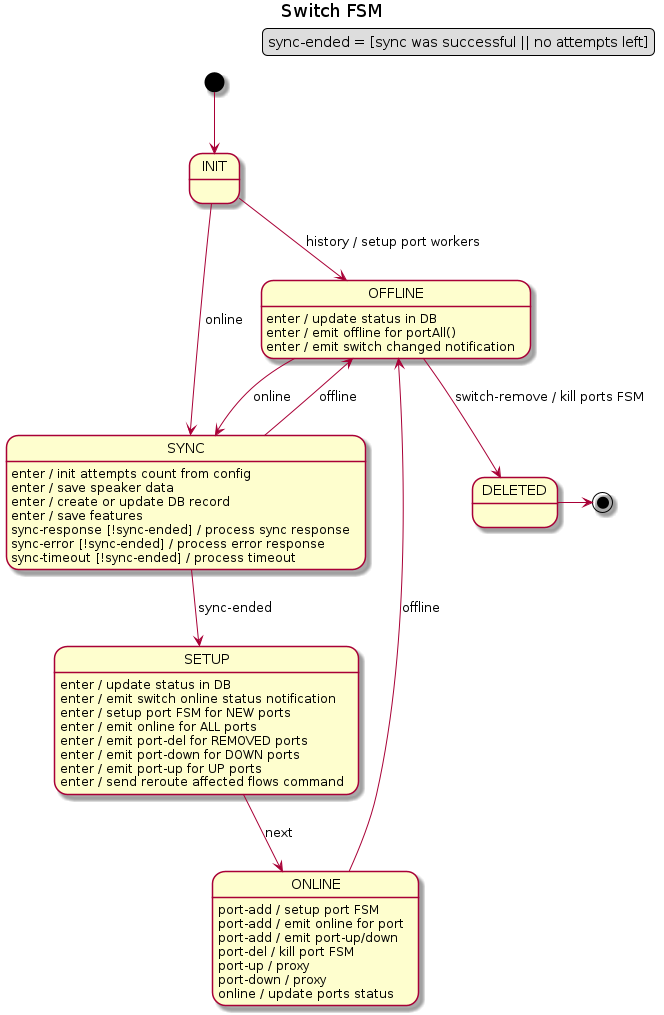
Before: docs/design/network-discovery/switch-FSM.png, a diagram exported from PlantUML (telstra/Kilda). Source of this version:
```plantuml
@startuml
title Switch FSM

legend top right
    sync-ended = [sync was successful || no attempts left]
endlegend

[*] --> INIT

INIT --> OFFLINE : history / setup port workers
INIT --> SYNC : online

SYNC : enter / init attempts count from config
SYNC : enter / save speaker data
SYNC : enter / create or update DB record
SYNC : enter / save features
SYNC : sync-response [!sync-ended] / process sync response
SYNC : sync-error [!sync-ended] / process error response
SYNC : sync-timeout [!sync-ended] / process timeout
SYNC --> SETUP : sync-ended
SYNC --> OFFLINE : offline

SETUP : enter / update status in DB
SETUP : enter / emit switch online status notification
SETUP : enter / setup port FSM for NEW ports
SETUP : enter / emit online for ALL ports
SETUP : enter / emit port-del for REMOVED ports
SETUP : enter / emit port-down for DOWN ports
SETUP : enter / emit port-up for UP ports
SETUP : enter / send reroute affected flows command
SETUP --> ONLINE : next

ONLINE : port-add / setup port FSM
ONLINE : port-add / emit online for port
ONLINE : port-add / emit port-up/down
ONLINE : port-del / kill port FSM
ONLINE : port-up / proxy
ONLINE : port-down / proxy
ONLINE : online / update ports status
ONLINE --> OFFLINE : offline

OFFLINE : enter / update status in DB
OFFLINE : enter / emit offline for portAll()
OFFLINE : enter / emit switch changed notification
OFFLINE --> SYNC : online
OFFLINE --> DELETED: switch-remove / kill ports FSM
DELETED -> [*]

@enduml
```
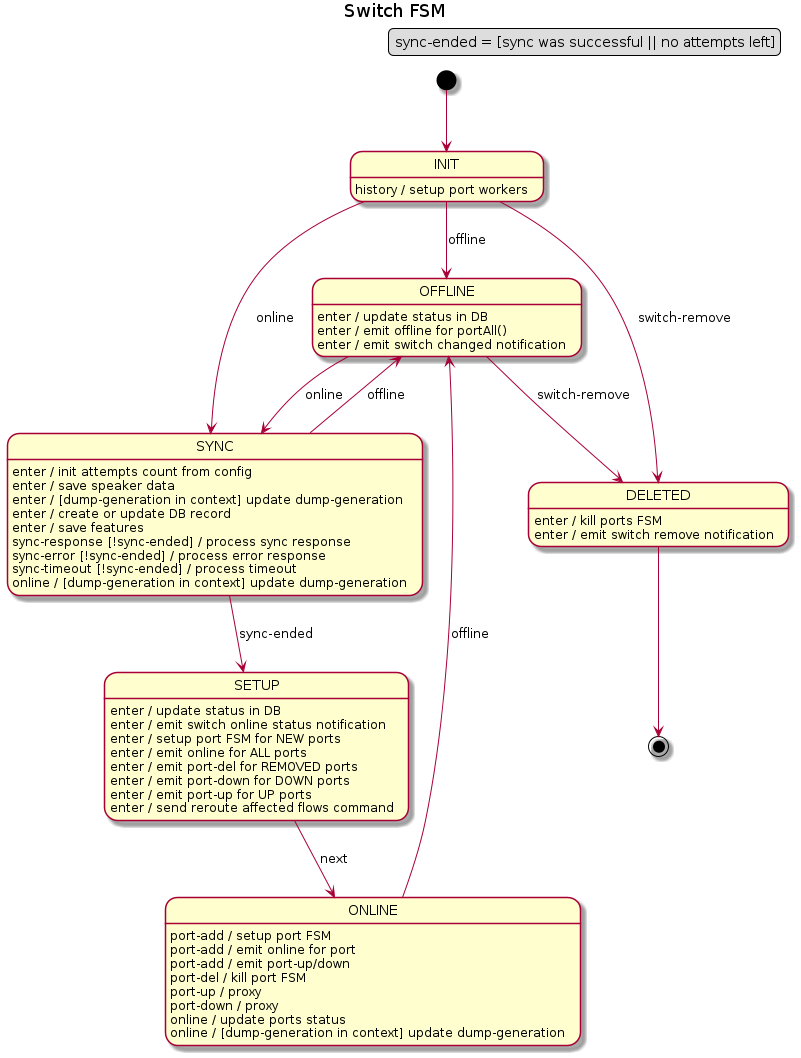
The same file after the commit.

Change to the diagram source:
```diff
@@ -7,16 +7,20 @@
 
 [*] --> INIT
 
-INIT --> OFFLINE : history / setup port workers
+INIT : history / setup port workers
+INIT --> OFFLINE : offline
 INIT --> SYNC : online
+INIT --> DELETED : switch-remove
 
 SYNC : enter / init attempts count from config
 SYNC : enter / save speaker data
+SYNC : enter / [dump-generation in context] update dump-generation
 SYNC : enter / create or update DB record
 SYNC : enter / save features
 SYNC : sync-response [!sync-ended] / process sync response
 SYNC : sync-error [!sync-ended] / process error response
 SYNC : sync-timeout [!sync-ended] / process timeout
+SYNC : online / [dump-generation in context] update dump-generation
 SYNC --> SETUP : sync-ended
 SYNC --> OFFLINE : offline
 
@@ -37,13 +41,17 @@
 ONLINE : port-up / proxy
 ONLINE : port-down / proxy
 ONLINE : online / update ports status
+ONLINE : online / [dump-generation in context] update dump-generation
 ONLINE --> OFFLINE : offline
 
 OFFLINE : enter / update status in DB
 OFFLINE : enter / emit offline for portAll()
 OFFLINE : enter / emit switch changed notification
 OFFLINE --> SYNC : online
-OFFLINE --> DELETED: switch-remove / kill ports FSM
-DELETED -> [*]
+OFFLINE --> DELETED: switch-remove
+
+DELETED : enter / kill ports FSM
+DELETED : enter / emit switch remove notification
+DELETED --> [*]
 
 @enduml
```
